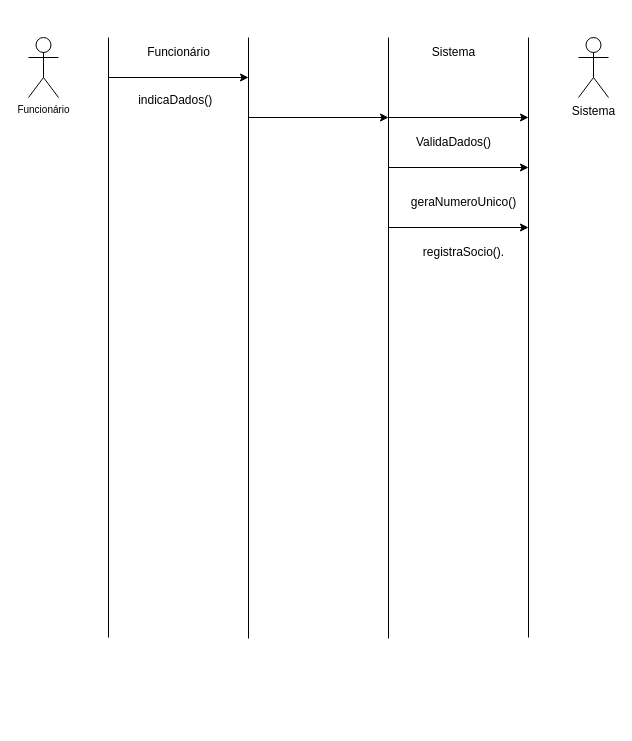
Earlier version of the draw.io diagram ssd1.drawio (luccamarshall/DCO). Source tidied: cells renumbered, new cells numbered last; positions are measured from the earlier drawing's top-left corner, leaving out a move shared by most shapes. Both pictures are drawn from the tidied source at 100%, with x=0, y=0 at pixel (28, 37).
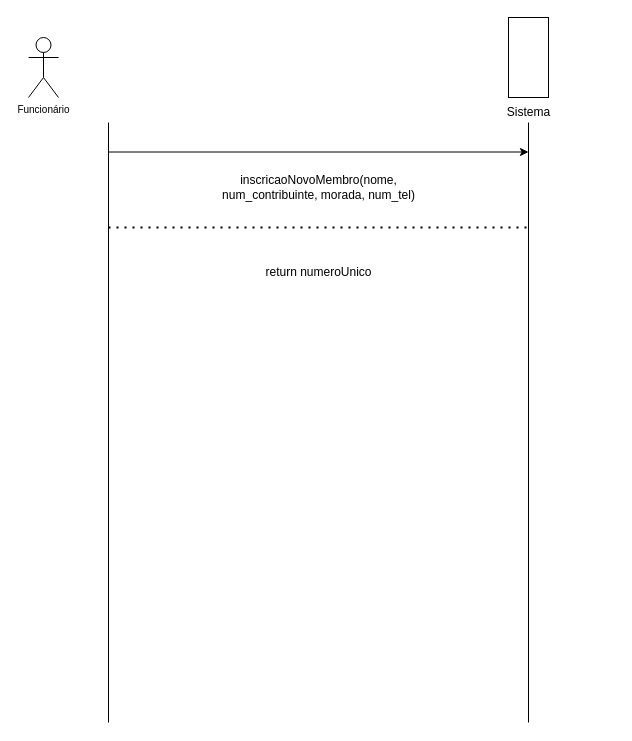
The same diagram, later.

Diff of the diagram source:
```diff
@@
-    <mxCell id="3" value="Sistema&lt;br&gt;" style="shape=umlActor;verticalLabelPosition=bottom;verticalAlign=top;html=1;" parent="1" vertex="1">
-      <mxGeometry x="550" width="30" height="60" as="geometry" />
-    </mxCell>
     <mxCell id="4" style="endArrow=none;html=1;rounded=0;" parent="1" edge="1">
       <mxGeometry relative="1" as="geometry">
-        <mxPoint x="80" y="600" as="sourcePoint" />
-        <mxPoint x="80" as="targetPoint" />
+        <mxPoint x="80" y="685" as="sourcePoint" />
+        <mxPoint x="80" y="85" as="targetPoint" />
       </mxGeometry>
     </mxCell>
-    <mxCell id="5" style="endArrow=none;html=1;rounded=0;" parent="1" edge="1">
-      <mxGeometry relative="1" as="geometry">
-        <mxPoint x="360" y="601" as="sourcePoint" />
-        <mxPoint x="360" as="targetPoint" />
-      </mxGeometry>
-    </mxCell>
-    <mxCell id="6" style="endArrow=none;html=1;rounded=0;" parent="1" edge="1">
-      <mxGeometry relative="1" as="geometry">
-        <mxPoint x="220" y="601" as="sourcePoint" />
-        <mxPoint x="220" as="targetPoint" />
-      </mxGeometry>
-    </mxCell>
-    <mxCell id="7" style="endArrow=classic;html=1;rounded=0;" parent="1" edge="1">
-      <mxGeometry relative="1" as="geometry">
-        <mxPoint x="80" y="40" as="sourcePoint" />
-        <mxPoint x="220" y="40" as="targetPoint" />
-      </mxGeometry>
-    </mxCell>
-    <mxCell id="8" value="indicaDados()&amp;nbsp;&amp;nbsp;" style="text;html=1;align=center;verticalAlign=middle;strokeColor=none;fillColor=none;" parent="1" vertex="1">
-      <mxGeometry x="100" y="48" width="100" height="30" as="geometry" />
-    </mxCell>
-    <mxCell id="9" value="Funcionário" style="text;html=1;align=center;verticalAlign=middle;strokeColor=none;fillColor=none;" parent="1" vertex="1">
-      <mxGeometry x="105" width="90" height="30" as="geometry" />
-    </mxCell>
+    <mxCell id="12" style="endArrow=none;html=1;rounded=0;" parent="1" edge="1">
+      <mxGeometry relative="1" as="geometry">
+        <mxPoint x="500" y="685" as="sourcePoint" />
+        <mxPoint x="500" y="85" as="targetPoint" />
+      </mxGeometry>
+    </mxCell>
+    <mxCell id="19" style="endArrow=classic;html=1;rounded=0;" parent="1" edge="1">
+      <mxGeometry relative="1" as="geometry">
+        <mxPoint x="80" y="114.5" as="sourcePoint" />
+        <mxPoint x="500" y="114.5" as="targetPoint" />
+      </mxGeometry>
+    </mxCell>
+    <mxCell id="20" value="inscricaoNovoMembro(nome,&lt;br&gt;num_contribuinte, morada, num_tel)" style="text;html=1;align=center;verticalAlign=middle;strokeColor=none;fillColor=none;" parent="1" vertex="1">
+      <mxGeometry x="180" y="130" width="220" height="40" as="geometry" />
+    </mxCell>
+    <mxCell id="21" style="endArrow=none;dashed=1;html=1;dashPattern=1 3;strokeWidth=2;rounded=0;" parent="1" edge="1">
+      <mxGeometry relative="1" as="geometry">
+        <mxPoint x="80" y="190" as="sourcePoint" />
+        <mxPoint x="500" y="190" as="targetPoint" />
+      </mxGeometry>
+    </mxCell>
+    <mxCell id="22" value="return numeroUnico" style="text;html=1;align=center;verticalAlign=middle;strokeColor=none;fillColor=none;" parent="1" vertex="1">
+      <mxGeometry x="225" y="220" width="130" height="30" as="geometry" />
+    </mxCell>
+    <mxCell id="23" style="rounded=0;whiteSpace=wrap;html=1;rotation=90;" parent="1" vertex="1">
+      <mxGeometry x="460" width="80" height="40" as="geometry" />
+    </mxCell>
     <mxCell id="10" value="Sistema" style="text;html=1;align=center;verticalAlign=middle;strokeColor=none;fillColor=none;" parent="1" vertex="1">
-      <mxGeometry x="390" width="70" height="30" as="geometry" />
+      <mxGeometry x="465" y="60" width="70" height="30" as="geometry" />
     </mxCell>
-    <mxCell id="11" style="endArrow=classic;html=1;rounded=0;" parent="1" edge="1">
-      <mxGeometry relative="1" as="geometry">
-        <mxPoint x="220" y="80" as="sourcePoint" />
-        <mxPoint x="360" y="80" as="targetPoint" />
-      </mxGeometry>
-    </mxCell>
-    <mxCell id="12" style="endArrow=none;html=1;rounded=0;" parent="1" edge="1">
-      <mxGeometry relative="1" as="geometry">
-        <mxPoint x="500" y="600" as="sourcePoint" />
-        <mxPoint x="500" as="targetPoint" />
-      </mxGeometry>
-    </mxCell>
-    <mxCell id="13" style="endArrow=classic;html=1;rounded=0;" parent="1" edge="1">
-      <mxGeometry relative="1" as="geometry">
-        <mxPoint x="360" y="80" as="sourcePoint" />
-        <mxPoint x="500" y="80" as="targetPoint" />
-      </mxGeometry>
-    </mxCell>
-    <mxCell id="14" value="ValidaDados()" style="text;html=1;align=center;verticalAlign=middle;strokeColor=none;fillColor=none;" parent="1" vertex="1">
-      <mxGeometry x="375" y="90" width="100" height="30" as="geometry" />
-    </mxCell>
-    <mxCell id="15" style="endArrow=classic;html=1;rounded=0;" parent="1" edge="1">
-      <mxGeometry relative="1" as="geometry">
-        <mxPoint x="360" y="130" as="sourcePoint" />
-        <mxPoint x="500" y="130" as="targetPoint" />
-      </mxGeometry>
-    </mxCell>
-    <mxCell id="16" value="geraNumeroUnico()" style="text;html=1;align=center;verticalAlign=middle;strokeColor=none;fillColor=none;" parent="1" vertex="1">
-      <mxGeometry x="370" y="150" width="130" height="30" as="geometry" />
-    </mxCell>
-    <mxCell id="17" style="endArrow=classic;html=1;rounded=0;" parent="1" edge="1">
-      <mxGeometry relative="1" as="geometry">
-        <mxPoint x="360" y="190" as="sourcePoint" />
-        <mxPoint x="500" y="190" as="targetPoint" />
-      </mxGeometry>
-    </mxCell>
-    <mxCell id="18" value="registraSocio()." style="text;html=1;align=center;verticalAlign=middle;strokeColor=none;fillColor=none;" parent="1" vertex="1">
-      <mxGeometry x="385" y="200" width="100" height="30" as="geometry" />
-    </mxCell>
```
